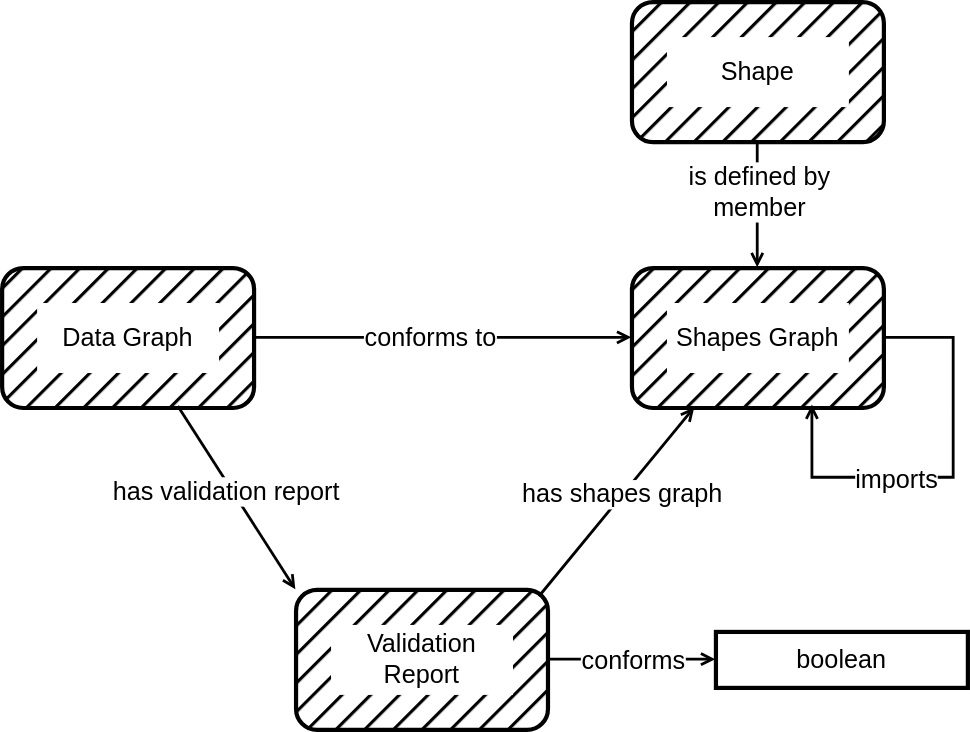
Above: shacl12-profiling/img/vocab.svg in w3c/data-shapes (draw.io), before the change. Source tidied: cells renumbered, new cells last; positions are measured from the earlier drawing's top-left corner, leaving out a move shared by most shapes. The source it was exported from:
```xml
<mxGraphModel>
  <root>
    <mxCell id="0" />
    <mxCell id="1" parent="0" />
    <mxCell id="2" style="edgeStyle=orthogonalEdgeStyle;rounded=0;jettySize=auto;html=1;endArrow=none;endFill=0;strokeWidth=2;startArrow=open;startFill=0;exitX=0.5;exitY=0;exitDx=0;exitDy=0;entryX=0.5;entryY=1;entryDx=0;entryDy=0;" parent="1" edge="1" source="22" target="25">
      <mxGeometry relative="1" as="geometry" />
    </mxCell>
    <mxCell id="3" value="&lt;font style=&quot;font-size: 18px;&quot;&gt;is defined by&lt;br&gt;member&lt;/font&gt;" style="edgeLabel;html=1;align=center;verticalAlign=middle;" parent="2" vertex="1">
      <mxGeometry x="0.23" y="2" relative="1" as="geometry">
        <mxPoint x="2" as="offset" />
      </mxGeometry>
    </mxCell>
    <mxCell id="4" style="edgeStyle=orthogonalEdgeStyle;rounded=0;jettySize=auto;html=1;endArrow=open;endFill=0;strokeWidth=2;entryX=0;entryY=0.5;entryDx=0;entryDy=0;exitX=1;exitY=0.5;exitDx=0;exitDy=0;" parent="1" edge="1" source="17" target="22">
      <mxGeometry relative="1" as="geometry" />
    </mxCell>
    <mxCell id="5" value="conforms to" style="edgeLabel;html=1;align=center;verticalAlign=middle;fontSize=18;" parent="4" vertex="1">
      <mxGeometry x="-0.07" y="1" relative="1" as="geometry" />
    </mxCell>
    <mxCell id="6" style="rounded=0;jettySize=auto;html=1;entryX=0;entryY=0;entryDx=0;entryDy=0;endArrow=open;endFill=0;strokeWidth=2;exitX=0.7;exitY=0.99;exitDx=0;exitDy=0;exitPerimeter=0;" parent="1" edge="1" source="17" target="14">
      <mxGeometry relative="1" as="geometry" />
    </mxCell>
    <mxCell id="7" value="has validation report" style="edgeLabel;html=1;align=center;verticalAlign=middle;fontSize=18;" parent="6" vertex="1">
      <mxGeometry x="-0.24" y="2" relative="1" as="geometry">
        <mxPoint y="12" as="offset" />
      </mxGeometry>
    </mxCell>
    <mxCell id="8" style="rounded=0;jettySize=auto;html=1;endArrow=open;endFill=0;strokeWidth=2;exitX=0.967;exitY=0.05;exitDx=0;exitDy=0;entryX=0.25;entryY=1;entryDx=0;entryDy=0;exitPerimeter=0;" parent="1" edge="1" source="14" target="22">
      <mxGeometry relative="1" as="geometry" />
    </mxCell>
    <mxCell id="9" value="has shapes graph" style="edgeLabel;html=1;align=center;verticalAlign=middle;fontSize=18;" parent="8" vertex="1">
      <mxGeometry x="0.08" y="2" relative="1" as="geometry" />
    </mxCell>
    <mxCell id="10" style="rounded=0;jettySize=auto;html=1;endArrow=open;endFill=0;strokeWidth=2;exitX=1;exitY=0.5;exitDx=0;exitDy=0;entryX=0;entryY=0.5;entryDx=0;entryDy=0;" parent="1" edge="1" source="14" target="12">
      <mxGeometry relative="1" as="geometry" />
    </mxCell>
    <mxCell id="11" value="conforms" style="edgeLabel;html=1;align=center;verticalAlign=middle;fontSize=18;" parent="10" vertex="1">
      <mxGeometry x="0.08" y="2" relative="1" as="geometry">
        <mxPoint x="-5" y="2" as="offset" />
      </mxGeometry>
    </mxCell>
    <mxCell id="12" value="&lt;font style=&quot;font-size: 18px;&quot;&gt;boolean&lt;/font&gt;" style="rounded=0;whiteSpace=wrap;html=1;fillStyle=hatch;strokeWidth=3;fillColor=none;" parent="1" vertex="1">
      <mxGeometry x="510" y="450" width="180" height="40" as="geometry" />
    </mxCell>
    <mxCell id="13" style="group;fontSize=18;" parent="1" vertex="1">
      <mxGeometry x="210" y="420" width="180" height="100" as="geometry" />
    </mxCell>
    <mxCell id="14" style="rounded=1;whiteSpace=wrap;html=1;fillStyle=hatch;fillColor=light-dark(#000000, #512d2b);strokeColor=#000000;strokeWidth=3;" parent="13" vertex="1">
      <mxGeometry width="180" height="100" as="geometry" />
    </mxCell>
    <mxCell id="15" value="Validation Report" style="text;html=1;whiteSpace=wrap;strokeColor=none;fillColor=default;align=center;verticalAlign=middle;rounded=0;fillStyle=solid;perimeterSpacing=8;fontSize=18;" parent="13" vertex="1">
      <mxGeometry x="25" y="25" width="130" height="50" as="geometry" />
    </mxCell>
    <mxCell id="16" style="group;fontSize=18;" parent="1" vertex="1">
      <mxGeometry y="190" width="180" height="100" as="geometry" />
    </mxCell>
    <mxCell id="17" style="rounded=1;whiteSpace=wrap;html=1;fillStyle=hatch;fillColor=light-dark(#000000, #512d2b);strokeColor=#000000;strokeWidth=3;" parent="16" vertex="1">
      <mxGeometry width="180" height="100" as="geometry" />
    </mxCell>
    <mxCell id="18" value="&lt;font style=&quot;font-size: 18px;&quot;&gt;Data Graph&lt;/font&gt;" style="text;html=1;whiteSpace=wrap;strokeColor=none;fillColor=default;align=center;verticalAlign=middle;rounded=0;fillStyle=solid;perimeterSpacing=8;" parent="16" vertex="1">
      <mxGeometry x="25" y="25" width="130" height="50" as="geometry" />
    </mxCell>
    <mxCell id="19" style="group;fontSize=18;strokeWidth=2;" parent="1" vertex="1">
      <mxGeometry x="450" y="190" width="180" height="100" as="geometry" />
    </mxCell>
    <mxCell id="20" style="edgeStyle=orthogonalEdgeStyle;rounded=0;orthogonalLoop=1;jettySize=auto;html=1;entryX=0.717;entryY=0.98;entryDx=0;entryDy=0;entryPerimeter=0;strokeWidth=2;endArrow=open;endFill=0;" parent="19" edge="1" source="22" target="22">
      <mxGeometry relative="1" as="geometry">
        <Array as="points">
          <mxPoint x="230" y="50" />
          <mxPoint x="230" y="150" />
          <mxPoint x="129" y="150" />
        </Array>
      </mxGeometry>
    </mxCell>
    <mxCell id="21" value="&lt;font style=&quot;font-size: 18px;&quot;&gt;imports&lt;/font&gt;" style="edgeLabel;html=1;align=center;verticalAlign=middle;" parent="20" vertex="1">
      <mxGeometry x="0.38" y="1" relative="1" as="geometry">
        <mxPoint x="17" as="offset" />
      </mxGeometry>
    </mxCell>
    <mxCell id="22" style="rounded=1;whiteSpace=wrap;html=1;fillStyle=hatch;fillColor=light-dark(#000000, #512d2b);strokeColor=#000000;strokeWidth=3;" parent="19" vertex="1">
      <mxGeometry width="180" height="100" as="geometry" />
    </mxCell>
    <mxCell id="23" value="&lt;font style=&quot;font-size: 18px;&quot;&gt;Shapes Graph&lt;/font&gt;" style="text;html=1;whiteSpace=wrap;strokeColor=none;fillColor=default;align=center;verticalAlign=middle;rounded=0;fillStyle=solid;perimeterSpacing=8;" parent="19" vertex="1">
      <mxGeometry x="25" y="25" width="130" height="50" as="geometry" />
    </mxCell>
    <mxCell id="24" style="group;fontSize=18;" parent="1" vertex="1">
      <mxGeometry x="450" width="180" height="100" as="geometry" />
    </mxCell>
    <mxCell id="25" style="rounded=1;whiteSpace=wrap;html=1;fillStyle=hatch;fillColor=light-dark(#000000, #512d2b);strokeColor=#000000;strokeWidth=3;" parent="24" vertex="1">
      <mxGeometry width="180" height="100" as="geometry" />
    </mxCell>
    <mxCell id="26" value="Shape" style="text;html=1;whiteSpace=wrap;strokeColor=none;fillColor=default;align=center;verticalAlign=middle;rounded=0;fillStyle=solid;perimeterSpacing=8;fontSize=18;" parent="24" vertex="1">
      <mxGeometry x="25" y="25" width="130" height="50" as="geometry" />
    </mxCell>
  </root>
</mxGraphModel>
```
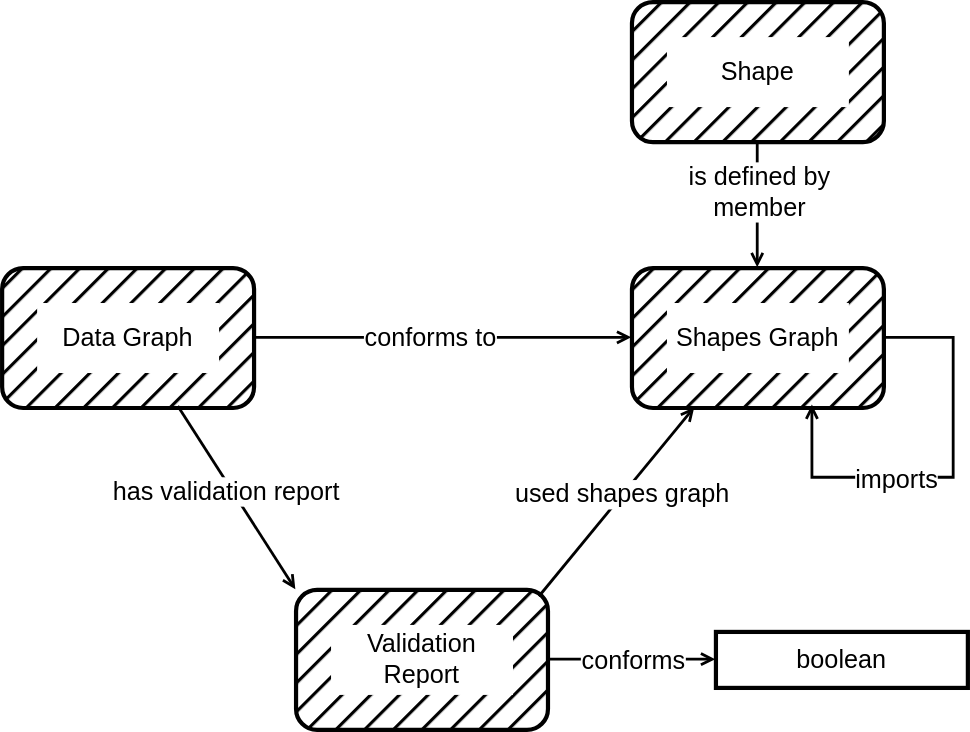
Above is the later version.

Change to the diagram source:
```diff
@@ -27,7 +27,7 @@
     <mxCell id="8" style="rounded=0;jettySize=auto;html=1;endArrow=open;endFill=0;strokeWidth=2;exitX=0.967;exitY=0.05;exitDx=0;exitDy=0;entryX=0.25;entryY=1;entryDx=0;entryDy=0;exitPerimeter=0;" parent="1" edge="1" source="14" target="22">
       <mxGeometry relative="1" as="geometry" />
     </mxCell>
-    <mxCell id="9" value="has shapes graph" style="edgeLabel;html=1;align=center;verticalAlign=middle;fontSize=18;" parent="8" vertex="1">
+    <mxCell id="9" value="used shapes graph" style="edgeLabel;html=1;align=center;verticalAlign=middle;fontSize=18;" parent="8" vertex="1">
       <mxGeometry x="0.08" y="2" relative="1" as="geometry" />
     </mxCell>
     <mxCell id="10" style="rounded=0;jettySize=auto;html=1;endArrow=open;endFill=0;strokeWidth=2;exitX=1;exitY=0.5;exitDx=0;exitDy=0;entryX=0;entryY=0.5;entryDx=0;entryDy=0;" parent="1" edge="1" source="14" target="12">
```
